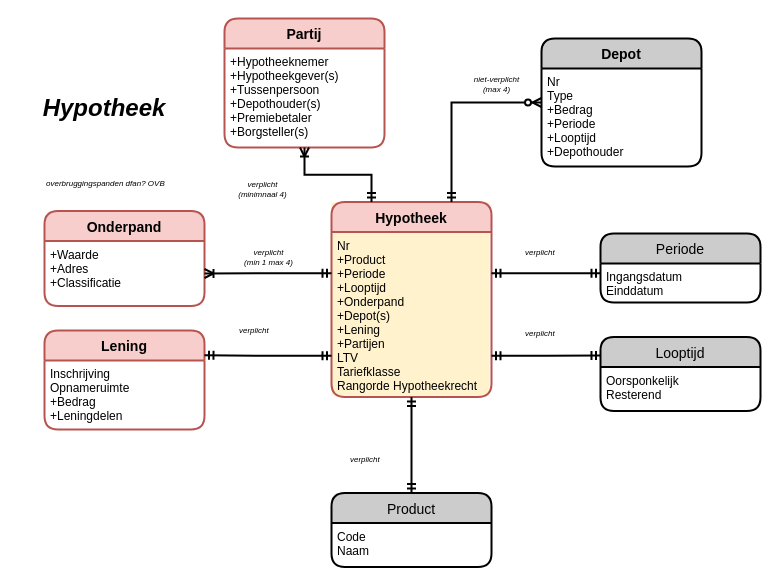
The draw.io diagram page "Hypotheek" (2 of 6) of 3rdParty-HDN.drawio in luchthandel/diagrams, before the edit. Source tidied: cells renumbered, new cells numbered last; positions are measured from the earlier drawing's top-left corner, leaving out a move shared by most shapes. Both pictures are drawn from the tidied source at 100%, with x=0, y=0 at pixel (27, 18).
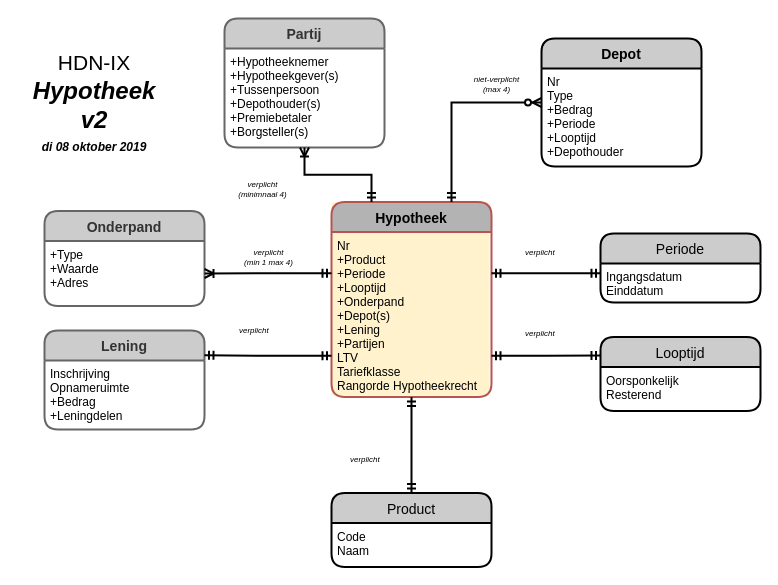
Above is the later version.

Change to the diagram source:
```diff
@@
-    <mxCell id="3" value="Hypotheek" style="swimlane;horizontal=1;startSize=30;fillColor=#f8cecc;rounded=1;fontSize=14;fontStyle=1;strokeWidth=2;shadow=0;dashed=0;align=center;strokeColor=#b85450;" parent="1" vertex="1">
+    <mxCell id="3" value="Hypotheek" style="swimlane;horizontal=1;startSize=30;fillColor=#B3B3B3;rounded=1;fontSize=14;fontStyle=1;strokeWidth=2;shadow=0;dashed=0;align=center;strokeColor=#b85450;" parent="1" vertex="1">
       <mxGeometry x="304" y="183.5" width="160" height="195" as="geometry" />
     </mxCell>
@@
-    <mxCell id="7" value="Partij" style="swimlane;horizontal=1;startSize=30;fillColor=#f8cecc;rounded=1;fontSize=14;fontStyle=1;strokeWidth=2;shadow=0;dashed=0;align=center;strokeColor=#b85450;" parent="1" vertex="1">
+    <mxCell id="7" value="Partij" style="swimlane;horizontal=1;startSize=30;fillColor=#CCCCCC;rounded=1;fontSize=14;fontStyle=1;strokeWidth=2;shadow=0;dashed=0;align=center;strokeColor=#666666;fontColor=#333333;" parent="1" vertex="1">
       <mxGeometry x="197" width="160" height="129" as="geometry" />
     </mxCell>
@@
-    <mxCell id="12" value="Onderpand" style="swimlane;horizontal=1;startSize=30;fillColor=#f8cecc;rounded=1;fontSize=14;fontStyle=1;strokeWidth=2;shadow=0;dashed=0;align=center;strokeColor=#b85450;" parent="1" vertex="1">
+    <mxCell id="12" value="Onderpand" style="swimlane;horizontal=1;startSize=30;fillColor=#CCCCCC;rounded=1;fontSize=14;fontStyle=1;strokeWidth=2;shadow=0;dashed=0;align=center;strokeColor=#666666;fontColor=#333333;" parent="1" vertex="1">
       <mxGeometry x="17" y="192.5" width="160" height="95" as="geometry" />
     </mxCell>
-    <mxCell id="13" value="+Waarde&#10;+Adres&#10;+Classificatie" style="align=left;strokeColor=none;fillColor=none;spacingLeft=4;fontSize=12;verticalAlign=top;" parent="12" vertex="1">
+    <mxCell id="13" value="+Type&#10;+Waarde&#10;+Adres" style="align=left;strokeColor=none;fillColor=none;spacingLeft=4;fontSize=12;verticalAlign=top;" parent="12" vertex="1">
       <mxGeometry y="30" width="160" height="65" as="geometry" />
     </mxCell>
@@
-    <mxCell id="18" value="Lening" style="swimlane;horizontal=1;startSize=30;fillColor=#f8cecc;rounded=1;fontSize=14;fontStyle=1;strokeWidth=2;shadow=0;dashed=0;align=center;strokeColor=#b85450;" parent="1" vertex="1">
+    <mxCell id="18" value="Lening" style="swimlane;horizontal=1;startSize=30;fillColor=#CCCCCC;rounded=1;fontSize=14;fontStyle=1;strokeWidth=2;shadow=0;dashed=0;align=center;strokeColor=#666666;fontColor=#333333;" parent="1" vertex="1">
       <mxGeometry x="17" y="312" width="160" height="99" as="geometry" />
     </mxCell>
@@
-    <mxCell id="20" value="&lt;span style=&quot;font-size: 24px&quot;&gt;&lt;b&gt;&lt;i&gt;Hypotheek&lt;/i&gt;&lt;/b&gt;&lt;/span&gt;" style="text;html=1;strokeColor=none;fillColor=none;align=center;verticalAlign=middle;whiteSpace=wrap;rounded=0;" parent="1" vertex="1">
-      <mxGeometry y="36.5" width="154" height="106" as="geometry" />
-    </mxCell>
@@
-    <mxCell id="34" value="overbruggingspanden dfan? OVB" style="text;html=1;fontStyle=2;fontSize=8;" parent="1" vertex="1">
-      <mxGeometry x="17" y="154" width="50" height="30" as="geometry" />
-    </mxCell>
+    <mxCell id="35" value="&lt;font style=&quot;font-size: 21px&quot;&gt;HDN-IX&lt;/font&gt;&lt;b style=&quot;font-size: 24px ; font-style: italic&quot;&gt; &lt;br&gt;Hypotheek v2&lt;/b&gt;" style="text;html=1;strokeColor=none;fillColor=none;align=center;verticalAlign=middle;whiteSpace=wrap;rounded=0;" parent="1" vertex="1">
+      <mxGeometry x="-10" y="20" width="154" height="106" as="geometry" />
+    </mxCell>
+    <mxCell id="36" value="&lt;font&gt;&lt;b&gt;&lt;i&gt;di 08 oktober 2019&lt;/i&gt;&lt;/b&gt;&lt;br&gt;&lt;/font&gt;" style="text;html=1;strokeColor=none;fillColor=none;align=center;verticalAlign=middle;whiteSpace=wrap;rounded=0;" parent="1" vertex="1">
+      <mxGeometry x="-3" y="119.5" width="140" height="19" as="geometry" />
+    </mxCell>
```
